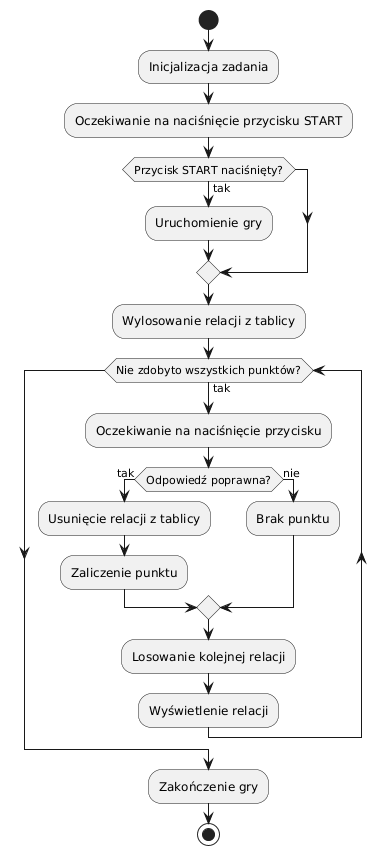
Earlier version of the PlantUML export SzablonPracyDyplomowejPgEti/SzablonPracyDyplomowejPgEti/images/planimetria_FLOW.png (janwalec/math_escape_room).
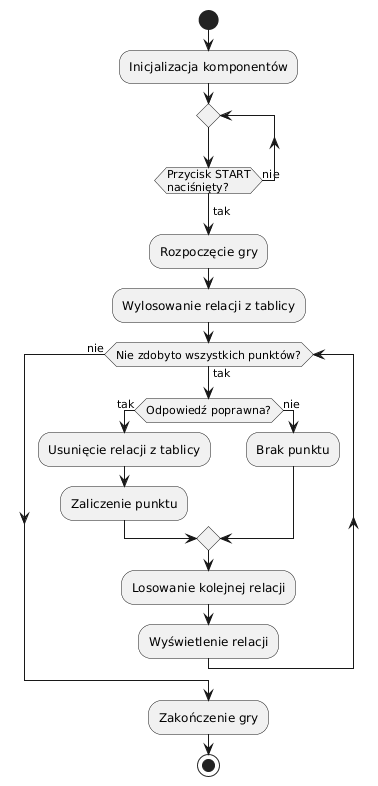
After the commit.

Change to the diagram source:
```diff
@@ -1,27 +1,29 @@
 @startuml
 start
-:Inicjalizacja zadania;
-:Oczekiwanie na naciśnięcie przycisku START;
 
-if (Przycisk START naciśnięty?) then (tak)
-    :Uruchomienie gry;
-endif
+:Inicjalizacja komponentów;
+
+repeat
+  note right: Czekaj na START
+repeat while (Przycisk START\nnaciśnięty?) is (nie)
+->tak;
+
+:Rozpoczęcie gry;
 
 :Wylosowanie relacji z tablicy;
 
 while (Nie zdobyto wszystkich punktów?) is (tak)
-    :Oczekiwanie na naciśnięcie przycisku;
 
-    if (Odpowiedź poprawna?) then (tak)
-        :Usunięcie relacji z tablicy;
-        :Zaliczenie punktu;
-    else (nie)
-        :Brak punktu;
-    endif
+  if (Odpowiedź poprawna?) then (tak)
+    :Usunięcie relacji z tablicy;
+    :Zaliczenie punktu;
+  else (nie)
+    :Brak punktu;
+  endif
 
-    :Losowanie kolejnej relacji;
-    :Wyświetlenie relacji;
-endwhile
+  :Losowanie kolejnej relacji;
+  :Wyświetlenie relacji;
+endwhile (nie)
 
 :Zakończenie gry;
 stop
```
